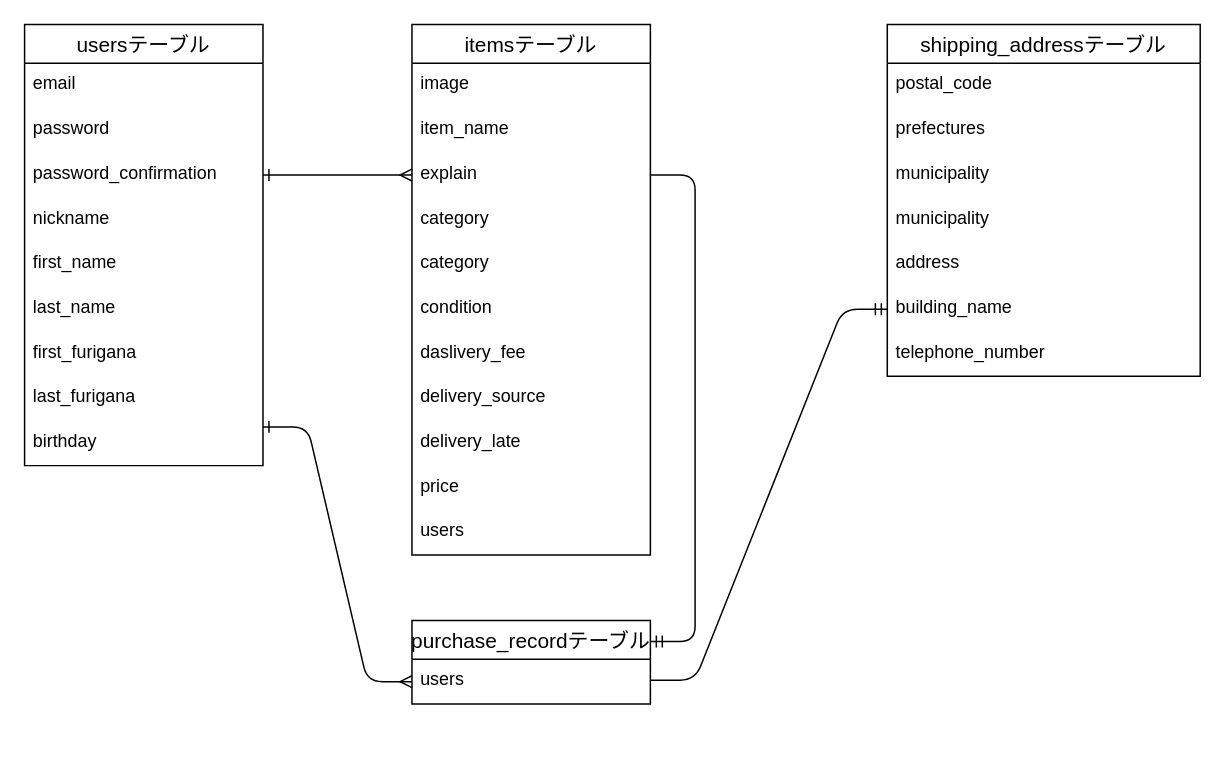
Earlier version of the draw.io diagram test.dio (nbnbshsh/furima-35229). Source tidied: cells renumbered, new cells numbered last; positions are measured from the earlier drawing's top-left corner, leaving out a move shared by most shapes. Both pictures are drawn from the tidied source at 149%, with x=0, y=0 at pixel (24, 24).
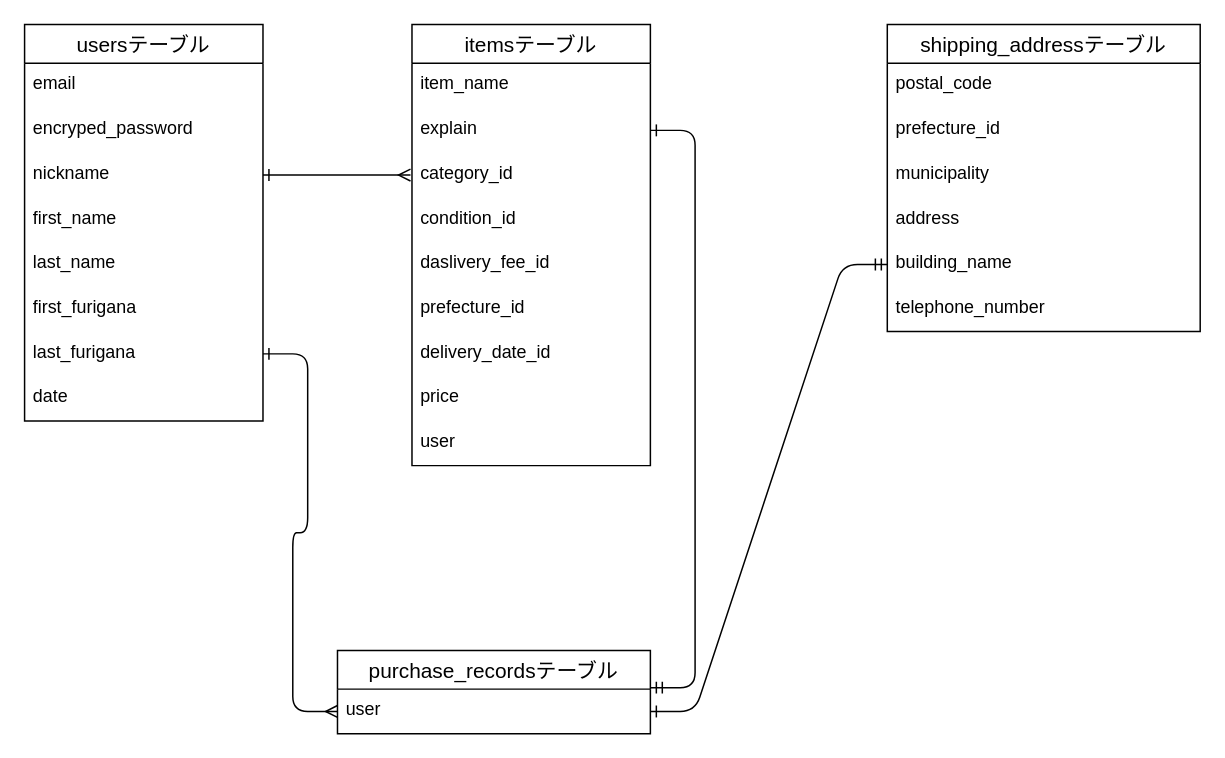
Above is the later version.

Commit message (it also covers changes not shown here):
データベース設計　修正

Diff of the diagram source:
```diff
@@
     <mxCell id="2" value="usersテーブル" style="swimlane;fontStyle=0;horizontal=1;startSize=26;align=center;fontSize=14;" parent="1" vertex="1">
-      <mxGeometry width="160" height="296" as="geometry" />
+      <mxGeometry width="160" height="266" as="geometry" />
     </mxCell>
@@
-    <mxCell id="4" value="password" style="text;strokeColor=none;fillColor=none;spacingLeft=4;spacingRight=4;overflow=hidden;fontSize=12;" parent="2" vertex="1">
+    <mxCell id="4" value="encryped_password" style="text;strokeColor=none;fillColor=none;spacingLeft=4;spacingRight=4;overflow=hidden;fontSize=12;" parent="2" vertex="1">
       <mxGeometry y="56" width="160" height="30" as="geometry" />
     </mxCell>
-    <mxCell id="5" value="password_confirmation" style="text;strokeColor=none;fillColor=none;spacingLeft=4;spacingRight=4;overflow=hidden;points=[[0,0.5],[1,0.5]];portConstraint=eastwest;fontSize=12;" parent="2" vertex="1">
-      <mxGeometry y="86" width="160" height="30" as="geometry" />
-    </mxCell>
     <mxCell id="6" value="nickname" style="text;strokeColor=none;fillColor=none;spacingLeft=4;spacingRight=4;overflow=hidden;fontSize=12;" parent="2" vertex="1">
-      <mxGeometry y="116" width="160" height="30" as="geometry" />
+      <mxGeometry y="86" width="160" height="30" as="geometry" />
     </mxCell>
     <mxCell id="7" value="first_name" style="text;strokeColor=none;fillColor=none;spacingLeft=4;spacingRight=4;overflow=hidden;fontSize=12;" parent="2" vertex="1">
-      <mxGeometry y="146" width="160" height="30" as="geometry" />
+      <mxGeometry y="116" width="160" height="30" as="geometry" />
     </mxCell>
     <mxCell id="8" value="last_name" style="text;strokeColor=none;fillColor=none;spacingLeft=4;spacingRight=4;overflow=hidden;fontSize=12;" parent="2" vertex="1">
-      <mxGeometry y="176" width="160" height="30" as="geometry" />
+      <mxGeometry y="146" width="160" height="30" as="geometry" />
     </mxCell>
     <mxCell id="9" value="first_furigana" style="text;strokeColor=none;fillColor=none;spacingLeft=4;spacingRight=4;overflow=hidden;fontSize=12;" parent="2" vertex="1">
-      <mxGeometry y="206" width="160" height="30" as="geometry" />
+      <mxGeometry y="176" width="160" height="30" as="geometry" />
     </mxCell>
     <mxCell id="10" value="last_furigana" style="text;strokeColor=none;fillColor=none;spacingLeft=4;spacingRight=4;overflow=hidden;points=[[0,0.5],[1,0.5]];portConstraint=eastwest;fontSize=12;" parent="2" vertex="1">
-      <mxGeometry y="236" width="160" height="30" as="geometry" />
+      <mxGeometry y="206" width="160" height="30" as="geometry" />
     </mxCell>
-    <mxCell id="11" value="birthday" style="text;strokeColor=none;fillColor=none;spacingLeft=4;spacingRight=4;overflow=hidden;fontSize=12;" parent="2" vertex="1">
-      <mxGeometry y="266" width="160" height="30" as="geometry" />
+    <mxCell id="11" value="date" style="text;strokeColor=none;fillColor=none;spacingLeft=4;spacingRight=4;overflow=hidden;fontSize=12;" parent="2" vertex="1">
+      <mxGeometry y="236" width="160" height="30" as="geometry" />
     </mxCell>
     <mxCell id="12" value="itemsテーブル" style="swimlane;fontStyle=0;horizontal=1;startSize=26;align=center;fontSize=14;" parent="1" vertex="1">
-      <mxGeometry x="260" width="160" height="356" as="geometry" />
+      <mxGeometry x="260" width="160" height="296" as="geometry" />
     </mxCell>
-    <mxCell id="13" value="image" style="text;strokeColor=none;fillColor=none;spacingLeft=4;spacingRight=4;overflow=hidden;fontSize=12;" parent="12" vertex="1">
-      <mxGeometry y="26" width="160" height="30" as="geometry" />
-    </mxCell>
     <mxCell id="14" value="item_name" style="text;strokeColor=none;fillColor=none;spacingLeft=4;spacingRight=4;overflow=hidden;fontSize=12;" parent="12" vertex="1">
-      <mxGeometry y="56" width="160" height="30" as="geometry" />
+      <mxGeometry y="26" width="160" height="30" as="geometry" />
     </mxCell>
     <mxCell id="15" value="explain" style="text;strokeColor=none;fillColor=none;spacingLeft=4;spacingRight=4;overflow=hidden;points=[[0,0.5],[1,0.5]];portConstraint=eastwest;fontSize=12;" parent="12" vertex="1">
-      <mxGeometry y="86" width="160" height="30" as="geometry" />
+      <mxGeometry y="56" width="160" height="30" as="geometry" />
     </mxCell>
-    <mxCell id="16" value="category" style="text;strokeColor=none;fillColor=none;spacingLeft=4;spacingRight=4;overflow=hidden;fontSize=12;" parent="12" vertex="1">
-      <mxGeometry y="116" width="160" height="30" as="geometry" />
+    <mxCell id="16" value="category_id&#10;&#10;" style="text;strokeColor=none;fillColor=none;spacingLeft=4;spacingRight=4;overflow=hidden;fontSize=12;" parent="12" vertex="1">
+      <mxGeometry y="86" width="160" height="30" as="geometry" />
     </mxCell>
-    <mxCell id="17" value="category" style="text;strokeColor=none;fillColor=none;spacingLeft=4;spacingRight=4;overflow=hidden;fontSize=12;" parent="12" vertex="1">
-      <mxGeometry y="146" width="160" height="30" as="geometry" />
-    </mxCell>
-    <mxCell id="18" value="condition" style="text;strokeColor=none;fillColor=none;spacingLeft=4;spacingRight=4;overflow=hidden;fontSize=12;" parent="12" vertex="1">
-      <mxGeometry y="176" width="160" height="30" as="geometry" />
+    <mxCell id="18" value="condition_id&#10;" style="text;strokeColor=none;fillColor=none;spacingLeft=4;spacingRight=4;overflow=hidden;fontSize=12;" parent="12" vertex="1">
+      <mxGeometry y="116" width="160" height="30" as="geometry" />
     </mxCell>
-    <mxCell id="19" value="daslivery_fee" style="text;strokeColor=none;fillColor=none;spacingLeft=4;spacingRight=4;overflow=hidden;fontSize=12;" parent="12" vertex="1">
-      <mxGeometry y="206" width="160" height="30" as="geometry" />
+    <mxCell id="19" value="daslivery_fee_id&#10;" style="text;strokeColor=none;fillColor=none;spacingLeft=4;spacingRight=4;overflow=hidden;fontSize=12;" parent="12" vertex="1">
+      <mxGeometry y="146" width="160" height="30" as="geometry" />
     </mxCell>
-    <mxCell id="20" value="delivery_source" style="text;strokeColor=none;fillColor=none;spacingLeft=4;spacingRight=4;overflow=hidden;fontSize=12;" parent="12" vertex="1">
-      <mxGeometry y="236" width="160" height="30" as="geometry" />
+    <mxCell id="20" value="prefecture_id" style="text;strokeColor=none;fillColor=none;spacingLeft=4;spacingRight=4;overflow=hidden;fontSize=12;" parent="12" vertex="1">
+      <mxGeometry y="176" width="160" height="30" as="geometry" />
     </mxCell>
-    <mxCell id="21" value="delivery_late" style="text;strokeColor=none;fillColor=none;spacingLeft=4;spacingRight=4;overflow=hidden;fontSize=12;" parent="12" vertex="1">
-      <mxGeometry y="266" width="160" height="30" as="geometry" />
+    <mxCell id="21" value="delivery_date_id" style="text;strokeColor=none;fillColor=none;spacingLeft=4;spacingRight=4;overflow=hidden;fontSize=12;" parent="12" vertex="1">
+      <mxGeometry y="206" width="160" height="30" as="geometry" />
     </mxCell>
     <mxCell id="22" value="price" style="text;strokeColor=none;fillColor=none;spacingLeft=4;spacingRight=4;overflow=hidden;fontSize=12;" parent="12" vertex="1">
-      <mxGeometry y="296" width="160" height="30" as="geometry" />
+      <mxGeometry y="236" width="160" height="30" as="geometry" />
     </mxCell>
-    <mxCell id="23" value="users" style="text;strokeColor=none;fillColor=none;spacingLeft=4;spacingRight=4;overflow=hidden;fontSize=12;" parent="12" vertex="1">
-      <mxGeometry y="326" width="160" height="30" as="geometry" />
+    <mxCell id="23" value="user" style="text;strokeColor=none;fillColor=none;spacingLeft=4;spacingRight=4;overflow=hidden;fontSize=12;" parent="12" vertex="1">
+      <mxGeometry y="266" width="160" height="30" as="geometry" />
     </mxCell>
     <mxCell id="24" value="shipping_addressテーブル" style="swimlane;fontStyle=0;horizontal=1;startSize=26;align=center;fontSize=14;" parent="1" vertex="1">
-      <mxGeometry x="579" width="210" height="236" as="geometry" />
+      <mxGeometry x="579" width="210" height="206" as="geometry" />
     </mxCell>
@@
-    <mxCell id="26" value="prefectures" style="text;strokeColor=none;fillColor=none;spacingLeft=4;spacingRight=4;overflow=hidden;fontSize=12;" parent="24" vertex="1">
+    <mxCell id="26" value="prefecture_id" style="text;strokeColor=none;fillColor=none;spacingLeft=4;spacingRight=4;overflow=hidden;fontSize=12;" parent="24" vertex="1">
       <mxGeometry y="56" width="210" height="30" as="geometry" />
     </mxCell>
@@
-    <mxCell id="28" value="municipality" style="text;strokeColor=none;fillColor=none;spacingLeft=4;spacingRight=4;overflow=hidden;fontSize=12;" parent="24" vertex="1">
-      <mxGeometry y="116" width="210" height="30" as="geometry" />
-    </mxCell>
     <mxCell id="29" value="address" style="text;strokeColor=none;fillColor=none;spacingLeft=4;spacingRight=4;overflow=hidden;fontSize=12;" parent="24" vertex="1">
-      <mxGeometry y="146" width="210" height="30" as="geometry" />
+      <mxGeometry y="116" width="210" height="30" as="geometry" />
     </mxCell>
     <mxCell id="30" value="building_name" style="text;strokeColor=none;fillColor=none;spacingLeft=4;spacingRight=4;overflow=hidden;points=[[0,0.5],[1,0.5]];portConstraint=eastwest;fontSize=12;" parent="24" vertex="1">
-      <mxGeometry y="176" width="210" height="30" as="geometry" />
+      <mxGeometry y="146" width="210" height="30" as="geometry" />
     </mxCell>
     <mxCell id="31" value="telephone_number" style="text;strokeColor=none;fillColor=none;spacingLeft=4;spacingRight=4;overflow=hidden;fontSize=12;" parent="24" vertex="1">
-      <mxGeometry y="206" width="210" height="30" as="geometry" />
+      <mxGeometry y="176" width="210" height="30" as="geometry" />
     </mxCell>
-    <mxCell id="32" value="purchase_recordテーブル" style="swimlane;fontStyle=0;horizontal=1;startSize=26;align=center;fontSize=14;" parent="1" vertex="1">
-      <mxGeometry x="260" y="400" width="160" height="56" as="geometry" />
+    <mxCell id="32" value="purchase_recordsテーブル" style="swimlane;fontStyle=0;horizontal=1;startSize=26;align=center;fontSize=14;" parent="1" vertex="1">
+      <mxGeometry x="210" y="420" width="210" height="56" as="geometry" />
     </mxCell>
-    <mxCell id="33" value="users" style="text;strokeColor=none;fillColor=none;spacingLeft=4;spacingRight=4;overflow=hidden;points=[[0,0.5],[1,0.5]];portConstraint=eastwest;fontSize=12;" parent="32" vertex="1">
-      <mxGeometry y="26" width="160" height="30" as="geometry" />
+    <mxCell id="33" value="user" style="text;strokeColor=none;fillColor=none;spacingLeft=4;spacingRight=4;overflow=hidden;points=[[0,0.5],[1,0.5]];portConstraint=eastwest;fontSize=12;" parent="32" vertex="1">
+      <mxGeometry y="26" width="210" height="30" as="geometry" />
     </mxCell>
-    <mxCell id="34" style="rounded=0;jettySize=auto;html=1;exitX=1;exitY=0.5;exitDx=0;exitDy=0;entryX=0;entryY=0.5;entryDx=0;entryDy=0;endArrow=ERmany;endFill=0;startArrow=ERone;startFill=0;" parent="1" edge="1" source="5" target="15">
-      <mxGeometry relative="1" as="geometry" />
+    <mxCell id="34" style="rounded=0;orthogonalLoop=1;jettySize=auto;html=1;exitX=1;exitY=0.5;exitDx=0;exitDy=0;endArrow=ERmany;endFill=0;startArrow=ERone;startFill=0;" parent="1" edge="1">
+      <mxGeometry relative="1" as="geometry">
+        <mxPoint x="160" y="101" as="sourcePoint" />
+        <mxPoint x="259" y="101" as="targetPoint" />
+      </mxGeometry>
     </mxCell>
-    <mxCell id="35" style="edgeStyle=entityRelationEdgeStyle;fontSize=12;html=1;endArrow=ERmany;entryX=0;entryY=0.5;entryDx=0;entryDy=0;startArrow=ERone;startFill=0;" parent="1" edge="1" target="33">
-      <mxGeometry relative="1" as="geometry">
-        <mxPoint x="160" y="270" as="sourcePoint" />
-      </mxGeometry>
+    <mxCell id="35" style="edgeStyle=entityRelationEdgeStyle;fontSize=12;html=1;endArrow=ERmany;entryX=0;entryY=0.5;entryDx=0;entryDy=0;startArrow=ERone;startFill=0;exitX=1;exitY=0.5;exitDx=0;exitDy=0;" parent="1" edge="1" source="10" target="33">
+      <mxGeometry relative="1" as="geometry" />
     </mxCell>
-    <mxCell id="36" style="edgeStyle=entityRelationEdgeStyle;fontSize=12;html=1;endArrow=ERmandOne;startArrow=none;entryX=1;entryY=0.25;entryDx=0;entryDy=0;startFill=0;exitX=1;exitY=0.5;exitDx=0;exitDy=0;" parent="1" edge="1" source="15" target="32">
+    <mxCell id="36" style="edgeStyle=entityRelationEdgeStyle;fontSize=12;html=1;endArrow=ERmandOne;startArrow=ERone;startFill=0;exitX=1;exitY=0.5;exitDx=0;exitDy=0;entryX=1;entryY=-0.033;entryDx=0;entryDy=0;entryPerimeter=0;" parent="1" edge="1" source="15" target="33">
       <mxGeometry relative="1" as="geometry" />
     </mxCell>
-    <mxCell id="37" style="edgeStyle=entityRelationEdgeStyle;fontSize=12;html=1;endArrow=ERmandOne;startArrow=none;entryX=0;entryY=0.5;entryDx=0;entryDy=0;startFill=0;" parent="1" edge="1" target="30">
-      <mxGeometry relative="1" as="geometry">
-        <mxPoint x="420" y="440" as="sourcePoint" />
-      </mxGeometry>
+    <mxCell id="37" style="edgeStyle=entityRelationEdgeStyle;fontSize=12;html=1;endArrow=ERmandOne;startArrow=ERone;entryX=0;entryY=0.5;entryDx=0;entryDy=0;startFill=0;exitX=1;exitY=0.5;exitDx=0;exitDy=0;" parent="1" edge="1" source="33" target="30">
+      <mxGeometry relative="1" as="geometry" />
     </mxCell>
```
